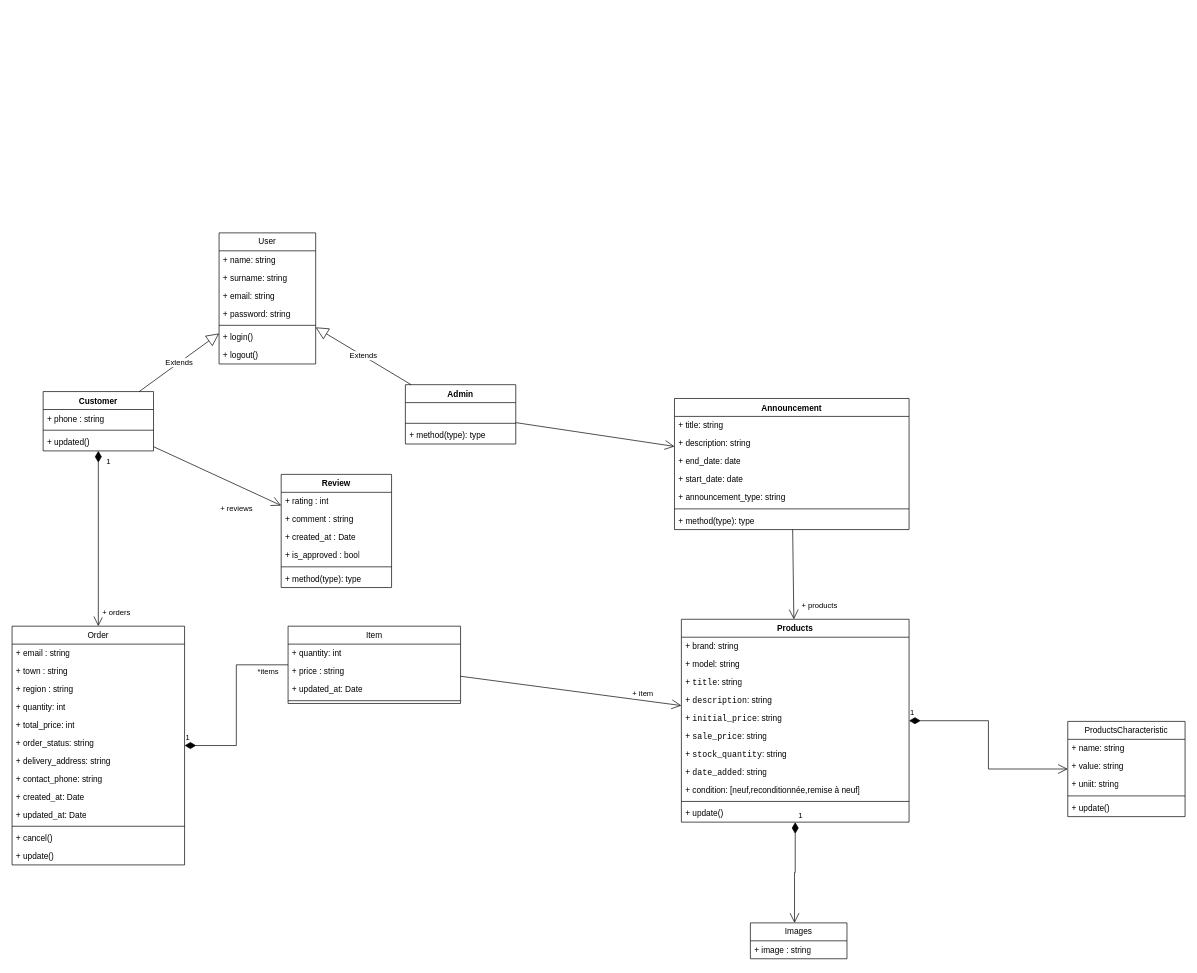
Tomdieu/diagrams keeps this draw.io diagram as projects.drawio. Above is the earlier version. Source tidied: cells renumbered, new cells numbered last; positions are measured from the earlier drawing's top-left corner, leaving out a move shared by most shapes. Both pictures are drawn from the tidied source at 69%, with x=0, y=0 at pixel (12, 233).
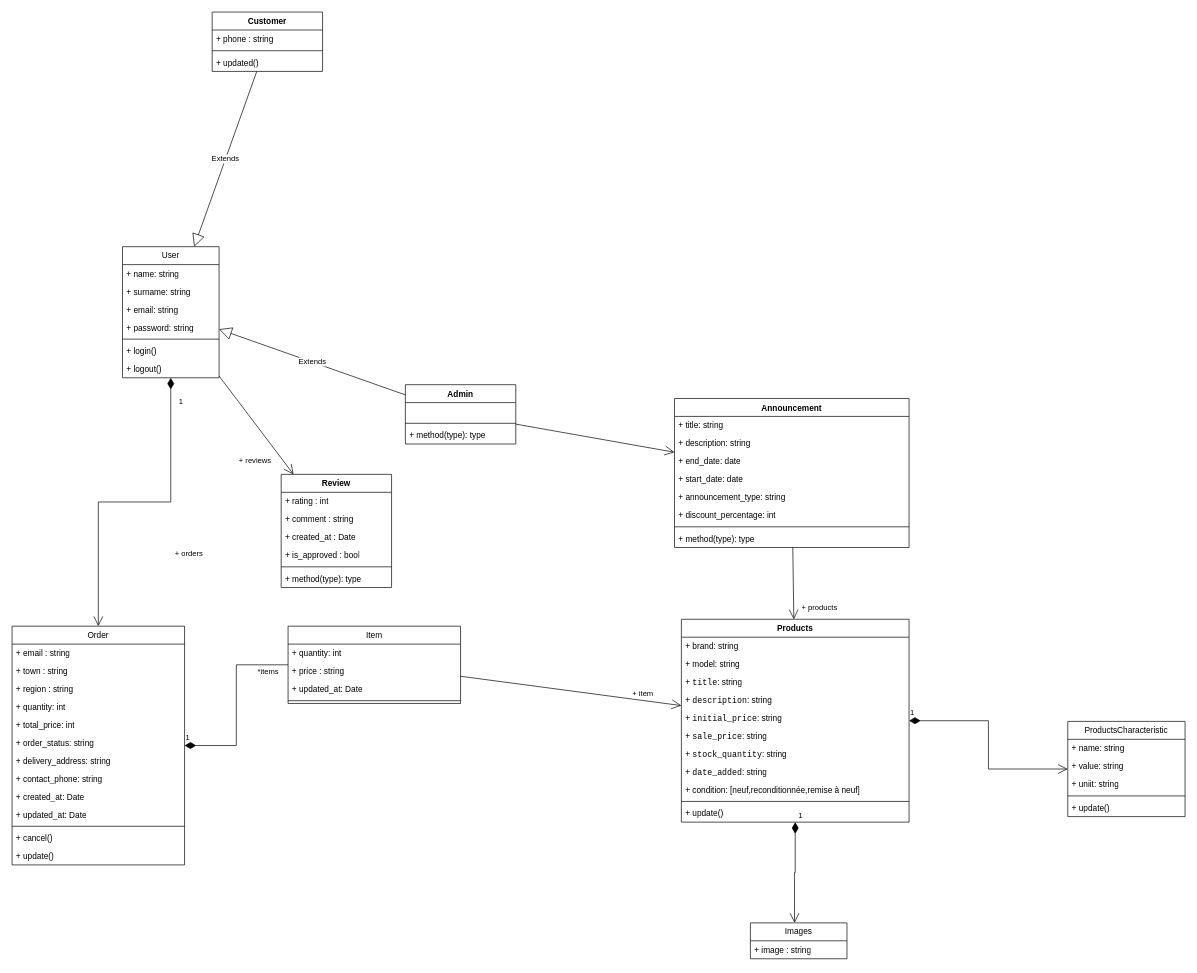
After the change.

Unchanged cells that the change refers to:
```xml
<mxCell id="39" value="&lt;span class=&quot;hljs-title class_&quot;&gt;Order&lt;/span&gt;" style="swimlane;fontStyle=0;horizontal=1;startSize=26;fillColor=none;whiteSpace=wrap;html=1;" parent="1" vertex="1">
  <mxGeometry y="570" width="250" height="346" as="geometry" />
</mxCell>
<mxCell id="63" value="&lt;span class=&quot;hljs-title class_&quot;&gt;Review&lt;/span&gt;" style="swimlane;fontStyle=1;align=center;verticalAlign=top;horizontal=1;startSize=26;whiteSpace=wrap;html=1;" parent="1" vertex="1">
  <mxGeometry x="390" y="350" width="160" height="164" as="geometry" />
</mxCell>
```

The edit, as a diff of the source:
```diff
@@
     <mxCell id="2" value="User" style="swimlane;fontStyle=0;horizontal=1;startSize=26;fillColor=none;whiteSpace=wrap;html=1;" parent="1" vertex="1">
-      <mxGeometry x="300" width="140" height="190" as="geometry" />
+      <mxGeometry x="160" y="20" width="140" height="190" as="geometry" />
     </mxCell>
@@
     <mxCell id="14" value="Customer" style="swimlane;fontStyle=1;align=center;verticalAlign=top;horizontal=1;startSize=26;whiteSpace=wrap;html=1;" parent="1" vertex="1">
-      <mxGeometry x="45" y="230" width="160" height="86" as="geometry" />
+      <mxGeometry x="290" y="-320" width="160" height="86" as="geometry" />
     </mxCell>
@@
-    <mxCell id="61" value="1" style="endArrow=open;html=1;endSize=12;startArrow=diamondThin;startSize=14;startFill=1;edgeStyle=orthogonalEdgeStyle;align=left;verticalAlign=bottom;rounded=0;entryX=0.5;entryY=0;entryDx=0;entryDy=0;" parent="1" edge="1" source="14" target="39">
+    <mxCell id="61" value="1" style="endArrow=open;html=1;endSize=12;startArrow=diamondThin;startSize=14;startFill=1;edgeStyle=orthogonalEdgeStyle;align=left;verticalAlign=bottom;rounded=0;entryX=0.5;entryY=0;entryDx=0;entryDy=0;" parent="1" edge="1" source="2" target="39">
       <mxGeometry x="-0.81" y="10" relative="1" as="geometry" />
     </mxCell>
@@
-    <mxCell id="70" value="+ reviews" style="endArrow=open;endFill=1;endSize=12;html=1;rounded=0;" parent="1" edge="1" source="14" target="63">
+    <mxCell id="70" value="+ reviews" style="endArrow=open;endFill=1;endSize=12;html=1;rounded=0;" parent="1" edge="1" source="2" target="63">
       <mxGeometry x="0.44" y="-32" relative="1" as="geometry" />
     </mxCell>
     <mxCell id="71" value="&lt;span class=&quot;hljs-title class_&quot;&gt;Announcement&lt;/span&gt;" style="swimlane;fontStyle=1;align=center;verticalAlign=top;horizontal=1;startSize=26;whiteSpace=wrap;html=1;" parent="1" vertex="1">
-      <mxGeometry x="960" y="240" width="340" height="190" as="geometry" />
+      <mxGeometry x="960" y="240" width="340" height="216" as="geometry" />
     </mxCell>
@@
+    <mxCell id="84" value="+&amp;nbsp;discount_percentage: int" style="text;strokeColor=none;fillColor=none;align=left;verticalAlign=top;spacingLeft=4;spacingRight=4;overflow=hidden;whiteSpace=wrap;html=1;" parent="71" vertex="1">
+      <mxGeometry y="156" width="340" height="26" as="geometry" />
+    </mxCell>
     <mxCell id="77" style="line;strokeWidth=1;fillColor=none;align=left;verticalAlign=middle;spacingTop=-1;spacingLeft=3;spacingRight=3;labelPosition=right;strokeColor=inherit;" parent="71" vertex="1">
-      <mxGeometry y="156" width="340" height="8" as="geometry" />
+      <mxGeometry y="182" width="340" height="8" as="geometry" />
     </mxCell>
     <mxCell id="78" value="+ method(type): type" style="text;strokeColor=none;fillColor=none;align=left;verticalAlign=top;spacingLeft=4;spacingRight=4;overflow=hidden;whiteSpace=wrap;html=1;" parent="71" vertex="1">
-      <mxGeometry y="164" width="340" height="26" as="geometry" />
+      <mxGeometry y="190" width="340" height="26" as="geometry" />
     </mxCell>
```
